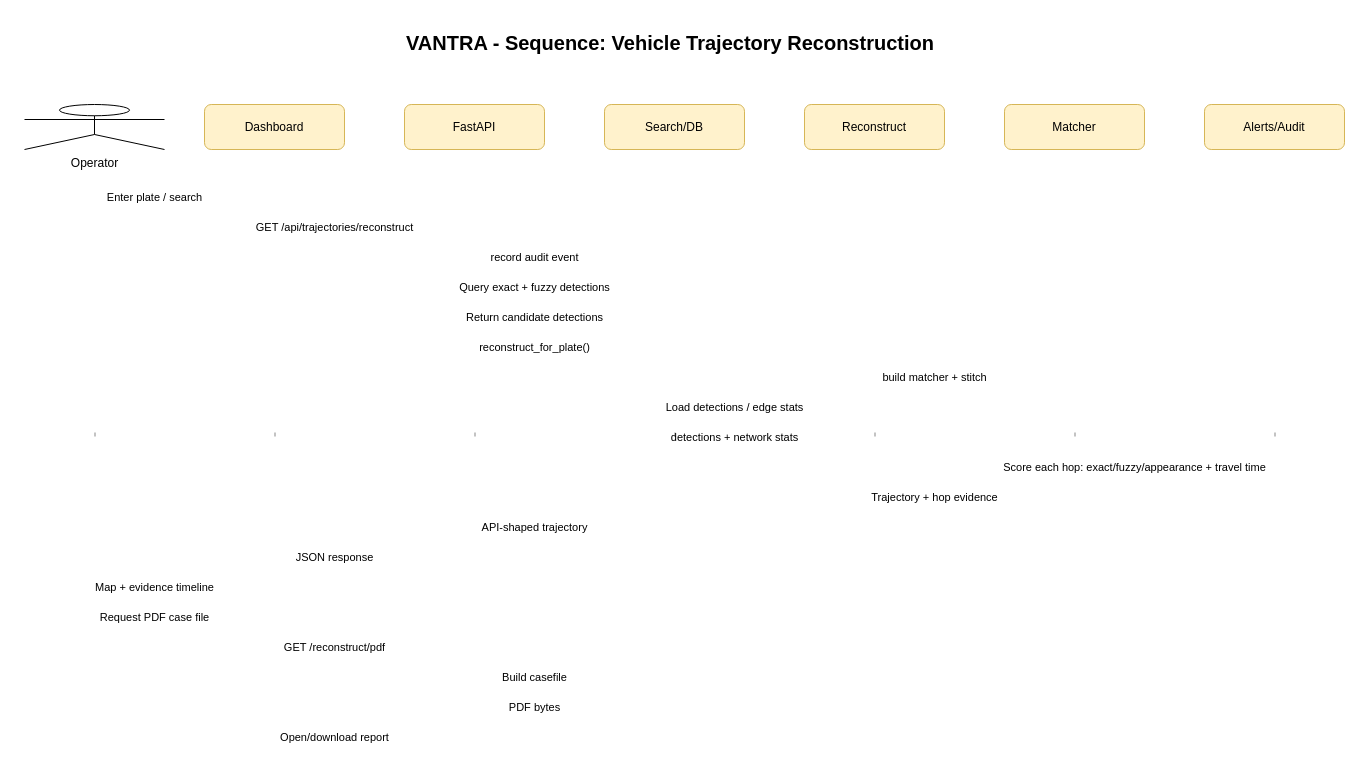
Before: uml-diagrams/SequenceDiagram.drawio in DakshJand/SE-Project-VANTRA, a draw.io diagram. Source tidied: cells renumbered, new cells numbered last; positions are measured from the earlier drawing's top-left corner, leaving out a move shared by most shapes. Both pictures are drawn from the tidied source at 100%, with x=0, y=0 at pixel (24, 24).
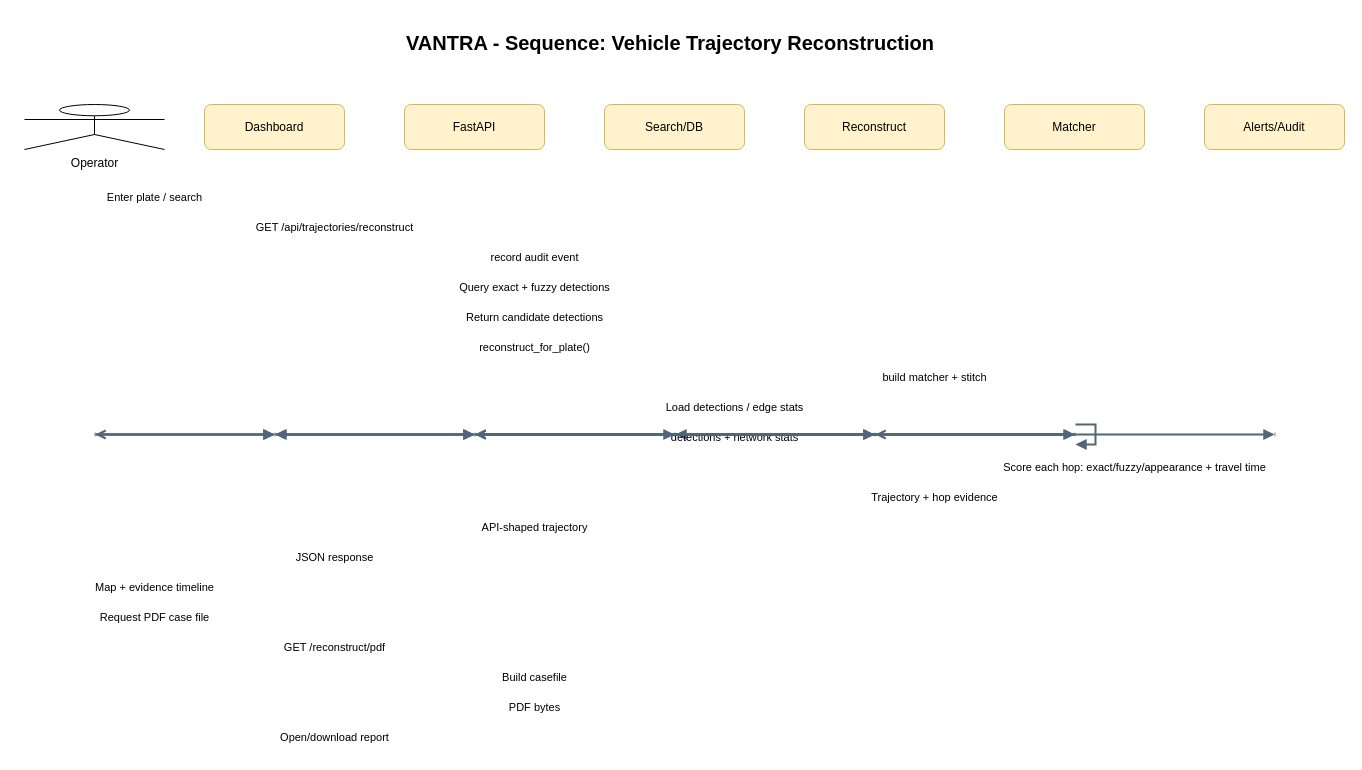
Above is the later version.

Unchanged cells that the change refers to:
```xml
<mxCell id="4" style="line;strokeColor=#888888;dashed=1;" parent="1" vertex="1">
  <mxGeometry x="70" y="125" width="1" height="570" as="geometry" />
</mxCell>
<mxCell id="6" style="line;strokeColor=#888888;dashed=1;" parent="1" vertex="1">
  <mxGeometry x="250" y="125" width="1" height="570" as="geometry" />
</mxCell>
<mxCell id="8" style="line;strokeColor=#888888;dashed=1;" parent="1" vertex="1">
  <mxGeometry x="450" y="125" width="1" height="570" as="geometry" />
</mxCell>
<mxCell id="10" style="line;strokeColor=#888888;dashed=1;" parent="1" vertex="1">
  <mxGeometry x="650" y="125" width="1" height="570" as="geometry" />
</mxCell>
<mxCell id="12" style="line;strokeColor=#888888;dashed=1;" parent="1" vertex="1">
  <mxGeometry x="850" y="125" width="1" height="570" as="geometry" />
</mxCell>
<mxCell id="14" style="line;strokeColor=#888888;dashed=1;" parent="1" vertex="1">
  <mxGeometry x="1050" y="125" width="1" height="570" as="geometry" />
</mxCell>
<mxCell id="16" style="line;strokeColor=#888888;dashed=1;" parent="1" vertex="1">
  <mxGeometry x="1250" y="125" width="1" height="570" as="geometry" />
</mxCell>
```

Diff of the diagram source:
```diff
@@
-    <mxCell id="18" style="edgeStyle=orthogonalEdgeStyle;rounded=0;jettySize=auto;html=1;" parent="1" edge="1" source="4" target="6" />
+    <mxCell id="18" style="edgeStyle=orthogonalEdgeStyle;rounded=0;jettySize=auto;html=1;endArrow=block;endFill=1;strokeColor=#526579;strokeWidth=2;fontColor=#334155;fontSize=11;labelBackgroundColor=#ffffff;" parent="1" edge="1" source="4" target="6">
+      <mxGeometry relative="1" as="geometry" />
+    </mxCell>
@@
-    <mxCell id="20" style="edgeStyle=orthogonalEdgeStyle;rounded=0;jettySize=auto;html=1;" parent="1" edge="1" source="6" target="8" />
+    <mxCell id="20" style="edgeStyle=orthogonalEdgeStyle;rounded=0;jettySize=auto;html=1;endArrow=block;endFill=1;strokeColor=#526579;strokeWidth=2;fontColor=#334155;fontSize=11;labelBackgroundColor=#ffffff;" parent="1" edge="1" source="6" target="8">
+      <mxGeometry relative="1" as="geometry" />
+    </mxCell>
@@
-    <mxCell id="22" style="edgeStyle=orthogonalEdgeStyle;rounded=0;jettySize=auto;html=1;" parent="1" edge="1" source="8" target="16" />
+    <mxCell id="22" style="edgeStyle=orthogonalEdgeStyle;rounded=0;jettySize=auto;html=1;endArrow=block;endFill=1;strokeColor=#526579;strokeWidth=2;fontColor=#334155;fontSize=11;labelBackgroundColor=#ffffff;" parent="1" edge="1" source="8" target="16">
+      <mxGeometry relative="1" as="geometry" />
+    </mxCell>
@@
-    <mxCell id="24" style="edgeStyle=orthogonalEdgeStyle;rounded=0;jettySize=auto;html=1;" parent="1" edge="1" source="8" target="10" />
+    <mxCell id="24" style="edgeStyle=orthogonalEdgeStyle;rounded=0;jettySize=auto;html=1;endArrow=block;endFill=1;strokeColor=#526579;strokeWidth=2;fontColor=#334155;fontSize=11;labelBackgroundColor=#ffffff;" parent="1" edge="1" source="8" target="10">
+      <mxGeometry relative="1" as="geometry" />
+    </mxCell>
@@
-    <mxCell id="26" style="edgeStyle=orthogonalEdgeStyle;rounded=0;jettySize=auto;html=1;" parent="1" edge="1" source="10" target="8" />
+    <mxCell id="26" style="edgeStyle=orthogonalEdgeStyle;rounded=0;jettySize=auto;html=1;endArrow=open;endFill=0;strokeColor=#526579;strokeWidth=2;fontColor=#334155;fontSize=11;labelBackgroundColor=#ffffff;" parent="1" edge="1" source="10" target="8">
+      <mxGeometry relative="1" as="geometry" />
+    </mxCell>
@@
-    <mxCell id="28" style="edgeStyle=orthogonalEdgeStyle;rounded=0;jettySize=auto;html=1;" parent="1" edge="1" source="8" target="12" />
+    <mxCell id="28" style="edgeStyle=orthogonalEdgeStyle;rounded=0;jettySize=auto;html=1;endArrow=block;endFill=1;strokeColor=#526579;strokeWidth=2;fontColor=#334155;fontSize=11;labelBackgroundColor=#ffffff;" parent="1" edge="1" source="8" target="12">
+      <mxGeometry relative="1" as="geometry" />
+    </mxCell>
@@
-    <mxCell id="30" style="edgeStyle=orthogonalEdgeStyle;rounded=0;jettySize=auto;html=1;" parent="1" edge="1" source="12" target="14" />
+    <mxCell id="30" style="edgeStyle=orthogonalEdgeStyle;rounded=0;jettySize=auto;html=1;endArrow=block;endFill=1;strokeColor=#526579;strokeWidth=2;fontColor=#334155;fontSize=11;labelBackgroundColor=#ffffff;" parent="1" edge="1" source="12" target="14">
+      <mxGeometry relative="1" as="geometry" />
+    </mxCell>
@@
-    <mxCell id="32" style="edgeStyle=orthogonalEdgeStyle;rounded=0;jettySize=auto;html=1;" parent="1" edge="1" source="14" target="10" />
+    <mxCell id="32" style="edgeStyle=orthogonalEdgeStyle;rounded=0;jettySize=auto;html=1;endArrow=block;endFill=1;strokeColor=#526579;strokeWidth=2;fontColor=#334155;fontSize=11;labelBackgroundColor=#ffffff;" parent="1" edge="1" source="14" target="10">
+      <mxGeometry relative="1" as="geometry" />
+    </mxCell>
@@
-    <mxCell id="34" style="edgeStyle=orthogonalEdgeStyle;rounded=0;jettySize=auto;html=1;" parent="1" edge="1" source="10" target="14" />
+    <mxCell id="34" style="edgeStyle=orthogonalEdgeStyle;rounded=0;jettySize=auto;html=1;endArrow=open;endFill=0;strokeColor=#526579;strokeWidth=2;fontColor=#334155;fontSize=11;labelBackgroundColor=#ffffff;" parent="1" edge="1" source="10" target="14">
+      <mxGeometry relative="1" as="geometry" />
+    </mxCell>
@@
-    <mxCell id="36" style="edgeStyle=orthogonalEdgeStyle;rounded=0;orthogonalLoop=1;jettySize=auto;html=1;" parent="1" edge="1" source="14" target="14" />
+    <mxCell id="36" style="edgeStyle=orthogonalEdgeStyle;rounded=0;orthogonalLoop=1;jettySize=auto;html=1;endArrow=block;endFill=1;strokeColor=#526579;strokeWidth=2;fontColor=#334155;fontSize=11;labelBackgroundColor=#ffffff;" parent="1" edge="1" source="14" target="14">
+      <mxGeometry relative="1" as="geometry" />
+    </mxCell>
@@
-    <mxCell id="38" style="edgeStyle=orthogonalEdgeStyle;rounded=0;jettySize=auto;html=1;" parent="1" edge="1" source="14" target="12" />
+    <mxCell id="38" style="edgeStyle=orthogonalEdgeStyle;rounded=0;jettySize=auto;html=1;endArrow=open;endFill=0;strokeColor=#526579;strokeWidth=2;fontColor=#334155;fontSize=11;labelBackgroundColor=#ffffff;" parent="1" edge="1" source="14" target="12">
+      <mxGeometry relative="1" as="geometry" />
+    </mxCell>
@@
-    <mxCell id="40" style="edgeStyle=orthogonalEdgeStyle;rounded=0;jettySize=auto;html=1;" parent="1" edge="1" source="12" target="8" />
+    <mxCell id="40" style="edgeStyle=orthogonalEdgeStyle;rounded=0;jettySize=auto;html=1;endArrow=open;endFill=0;strokeColor=#526579;strokeWidth=2;fontColor=#334155;fontSize=11;labelBackgroundColor=#ffffff;" parent="1" edge="1" source="12" target="8">
+      <mxGeometry relative="1" as="geometry" />
+    </mxCell>
@@
-    <mxCell id="42" style="edgeStyle=orthogonalEdgeStyle;rounded=0;jettySize=auto;html=1;" parent="1" edge="1" source="8" target="6" />
+    <mxCell id="42" style="edgeStyle=orthogonalEdgeStyle;rounded=0;jettySize=auto;html=1;endArrow=open;endFill=0;strokeColor=#526579;strokeWidth=2;fontColor=#334155;fontSize=11;labelBackgroundColor=#ffffff;" parent="1" edge="1" source="8" target="6">
+      <mxGeometry relative="1" as="geometry" />
+    </mxCell>
@@
-    <mxCell id="44" style="edgeStyle=orthogonalEdgeStyle;rounded=0;jettySize=auto;html=1;" parent="1" edge="1" source="6" target="4" />
+    <mxCell id="44" style="edgeStyle=orthogonalEdgeStyle;rounded=0;jettySize=auto;html=1;endArrow=open;endFill=0;strokeColor=#526579;strokeWidth=2;fontColor=#334155;fontSize=11;labelBackgroundColor=#ffffff;" parent="1" edge="1" source="6" target="4">
+      <mxGeometry relative="1" as="geometry" />
+    </mxCell>
@@
-    <mxCell id="46" style="edgeStyle=orthogonalEdgeStyle;rounded=0;jettySize=auto;html=1;" parent="1" edge="1" source="4" target="6" />
+    <mxCell id="46" style="edgeStyle=orthogonalEdgeStyle;rounded=0;jettySize=auto;html=1;endArrow=block;endFill=1;strokeColor=#526579;strokeWidth=2;fontColor=#334155;fontSize=11;labelBackgroundColor=#ffffff;" parent="1" edge="1" source="4" target="6">
+      <mxGeometry relative="1" as="geometry" />
+    </mxCell>
@@
-    <mxCell id="48" style="edgeStyle=orthogonalEdgeStyle;rounded=0;jettySize=auto;html=1;" parent="1" edge="1" source="6" target="8" />
+    <mxCell id="48" style="edgeStyle=orthogonalEdgeStyle;rounded=0;jettySize=auto;html=1;endArrow=block;endFill=1;strokeColor=#526579;strokeWidth=2;fontColor=#334155;fontSize=11;labelBackgroundColor=#ffffff;" parent="1" edge="1" source="6" target="8">
+      <mxGeometry relative="1" as="geometry" />
+    </mxCell>
@@
-    <mxCell id="50" style="edgeStyle=orthogonalEdgeStyle;rounded=0;jettySize=auto;html=1;" parent="1" edge="1" source="8" target="12" />
+    <mxCell id="50" style="edgeStyle=orthogonalEdgeStyle;rounded=0;jettySize=auto;html=1;endArrow=block;endFill=1;strokeColor=#526579;strokeWidth=2;fontColor=#334155;fontSize=11;labelBackgroundColor=#ffffff;" parent="1" edge="1" source="8" target="12">
+      <mxGeometry relative="1" as="geometry" />
+    </mxCell>
@@
-    <mxCell id="52" style="edgeStyle=orthogonalEdgeStyle;rounded=0;jettySize=auto;html=1;" parent="1" edge="1" source="12" target="8" />
+    <mxCell id="52" style="edgeStyle=orthogonalEdgeStyle;rounded=0;jettySize=auto;html=1;endArrow=open;endFill=0;strokeColor=#526579;strokeWidth=2;fontColor=#334155;fontSize=11;labelBackgroundColor=#ffffff;" parent="1" edge="1" source="12" target="8">
+      <mxGeometry relative="1" as="geometry" />
+    </mxCell>
@@
-    <mxCell id="54" style="edgeStyle=orthogonalEdgeStyle;rounded=0;jettySize=auto;html=1;" parent="1" edge="1" source="8" target="6" />
+    <mxCell id="54" style="edgeStyle=orthogonalEdgeStyle;rounded=0;jettySize=auto;html=1;endArrow=block;endFill=1;strokeColor=#526579;strokeWidth=2;fontColor=#334155;fontSize=11;labelBackgroundColor=#ffffff;" parent="1" edge="1" source="8" target="6">
+      <mxGeometry relative="1" as="geometry" />
+    </mxCell>
```
